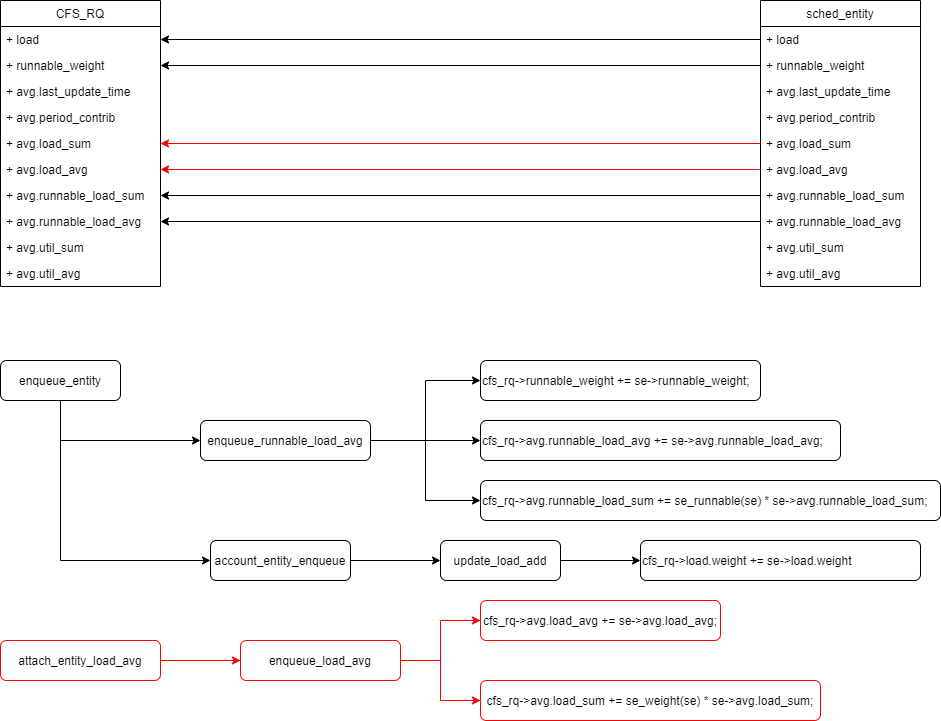
craftsfish/kernelhacking keeps this draw.io diagram as scheduler/load.png. Above is the earlier version. Source tidied: cells renumbered, new cells last; positions are measured from the earlier drawing's top-left corner, leaving out a move shared by most shapes. Source of this version:
```xml
<mxGraphModel>
  <root>
    <mxCell id="0" />
    <mxCell id="1" parent="0" />
    <mxCell id="2" style="edgeStyle=orthogonalEdgeStyle;rounded=0;jettySize=auto;html=1;exitX=0;exitY=0.5;exitDx=0;exitDy=0;fontSize=12;" parent="1" edge="1" source="22" target="33">
      <mxGeometry relative="1" as="geometry" />
    </mxCell>
    <mxCell id="3" style="edgeStyle=orthogonalEdgeStyle;rounded=0;jettySize=auto;html=1;exitX=0;exitY=0.5;exitDx=0;exitDy=0;entryX=1;entryY=0.5;entryDx=0;entryDy=0;fontSize=12;" parent="1" edge="1" source="28" target="39">
      <mxGeometry relative="1" as="geometry" />
    </mxCell>
    <mxCell id="4" style="edgeStyle=orthogonalEdgeStyle;rounded=0;jettySize=auto;html=1;exitX=0;exitY=0.5;exitDx=0;exitDy=0;fontSize=12;" parent="1" edge="1" source="27" target="38">
      <mxGeometry relative="1" as="geometry" />
    </mxCell>
    <mxCell id="5" style="edgeStyle=orthogonalEdgeStyle;rounded=0;jettySize=auto;html=1;exitX=0;exitY=0.5;exitDx=0;exitDy=0;fontSize=12;" parent="1" edge="1" source="21" target="32">
      <mxGeometry relative="1" as="geometry" />
    </mxCell>
    <mxCell id="6" style="edgeStyle=orthogonalEdgeStyle;rounded=0;jettySize=auto;html=1;exitX=0.5;exitY=1;exitDx=0;exitDy=0;entryX=0;entryY=0.5;entryDx=0;entryDy=0;fontSize=12;" parent="1" edge="1" source="8" target="12">
      <mxGeometry relative="1" as="geometry" />
    </mxCell>
    <mxCell id="7" style="edgeStyle=orthogonalEdgeStyle;rounded=0;jettySize=auto;html=1;exitX=0.5;exitY=1;exitDx=0;exitDy=0;entryX=0;entryY=0.5;entryDx=0;entryDy=0;fontSize=12;" parent="1" edge="1" source="8" target="14">
      <mxGeometry relative="1" as="geometry" />
    </mxCell>
    <mxCell id="8" value="enqueue_entity" style="rounded=1;whiteSpace=wrap;html=1;fontSize=12;" parent="1" vertex="1">
      <mxGeometry y="360" width="120" height="40" as="geometry" />
    </mxCell>
    <mxCell id="9" style="edgeStyle=orthogonalEdgeStyle;rounded=0;jettySize=auto;html=1;exitX=1;exitY=0.5;exitDx=0;exitDy=0;entryX=0;entryY=0.5;entryDx=0;entryDy=0;fontSize=12;" parent="1" edge="1" source="12" target="17">
      <mxGeometry relative="1" as="geometry" />
    </mxCell>
    <mxCell id="10" style="edgeStyle=orthogonalEdgeStyle;rounded=0;jettySize=auto;html=1;exitX=1;exitY=0.5;exitDx=0;exitDy=0;entryX=0;entryY=0.5;entryDx=0;entryDy=0;fontSize=12;" parent="1" edge="1" source="12" target="18">
      <mxGeometry relative="1" as="geometry" />
    </mxCell>
    <mxCell id="11" style="edgeStyle=orthogonalEdgeStyle;rounded=0;jettySize=auto;html=1;exitX=1;exitY=0.5;exitDx=0;exitDy=0;entryX=0;entryY=0.5;entryDx=0;entryDy=0;fontSize=12;" parent="1" edge="1" source="12" target="19">
      <mxGeometry relative="1" as="geometry" />
    </mxCell>
    <mxCell id="12" value="enqueue_runnable_load_avg" style="rounded=1;whiteSpace=wrap;html=1;fontSize=12;" parent="1" vertex="1">
      <mxGeometry x="200" y="420" width="170" height="40" as="geometry" />
    </mxCell>
    <mxCell id="13" style="edgeStyle=orthogonalEdgeStyle;rounded=0;jettySize=auto;html=1;exitX=1;exitY=0.5;exitDx=0;exitDy=0;entryX=0;entryY=0.5;entryDx=0;entryDy=0;fontSize=12;" parent="1" edge="1" source="14" target="16">
      <mxGeometry relative="1" as="geometry" />
    </mxCell>
    <mxCell id="14" value="account_entity_enqueue" style="rounded=1;whiteSpace=wrap;html=1;fontSize=12;" parent="1" vertex="1">
      <mxGeometry x="210" y="540" width="140" height="40" as="geometry" />
    </mxCell>
    <mxCell id="15" style="edgeStyle=orthogonalEdgeStyle;rounded=0;jettySize=auto;html=1;exitX=1;exitY=0.5;exitDx=0;exitDy=0;entryX=0;entryY=0.5;entryDx=0;entryDy=0;fontSize=12;" parent="1" edge="1" source="16" target="42">
      <mxGeometry relative="1" as="geometry" />
    </mxCell>
    <mxCell id="16" value="update_load_add" style="rounded=1;whiteSpace=wrap;html=1;fontSize=12;" parent="1" vertex="1">
      <mxGeometry x="440" y="540" width="120" height="40" as="geometry" />
    </mxCell>
    <mxCell id="17" value="cfs_rq-&amp;gt;runnable_weight += se-&amp;gt;runnable_weight;" style="rounded=1;whiteSpace=wrap;html=1;fontSize=12;align=left;" parent="1" vertex="1">
      <mxGeometry x="480" y="360" width="280" height="40" as="geometry" />
    </mxCell>
    <mxCell id="18" value="cfs_rq-&amp;gt;avg.runnable_load_avg += se-&amp;gt;avg.runnable_load_avg;" style="rounded=1;whiteSpace=wrap;html=1;fontSize=12;align=left;" parent="1" vertex="1">
      <mxGeometry x="480" y="420" width="360" height="40" as="geometry" />
    </mxCell>
    <mxCell id="19" value="cfs_rq-&amp;gt;avg.runnable_load_sum += se_runnable(se) * se-&amp;gt;avg.runnable_load_sum;" style="rounded=1;whiteSpace=wrap;html=1;fontSize=12;align=left;" parent="1" vertex="1">
      <mxGeometry x="480" y="480" width="460" height="40" as="geometry" />
    </mxCell>
    <mxCell id="20" value="sched_entity" style="swimlane;fontStyle=0;horizontal=1;startSize=26;fillColor=none;fontSize=12;" parent="1" vertex="1">
      <mxGeometry x="760" width="160" height="286" as="geometry" />
    </mxCell>
    <mxCell id="21" value="+ load" style="text;strokeColor=none;fillColor=none;align=left;verticalAlign=top;spacingLeft=4;spacingRight=4;overflow=hidden;points=[[0,0.5],[1,0.5]];portConstraint=eastwest;fontSize=12;" parent="20" vertex="1">
      <mxGeometry y="26" width="160" height="26" as="geometry" />
    </mxCell>
    <mxCell id="22" value="+ runnable_weight" style="text;strokeColor=none;fillColor=none;align=left;verticalAlign=top;spacingLeft=4;spacingRight=4;overflow=hidden;points=[[0,0.5],[1,0.5]];portConstraint=eastwest;" parent="20" vertex="1">
      <mxGeometry y="52" width="160" height="26" as="geometry" />
    </mxCell>
    <mxCell id="23" value="+ avg.last_update_time" style="text;strokeColor=none;fillColor=none;align=left;verticalAlign=top;spacingLeft=4;spacingRight=4;overflow=hidden;" parent="20" vertex="1">
      <mxGeometry y="78" width="160" height="26" as="geometry" />
    </mxCell>
    <mxCell id="24" value="+ avg.period_contrib" style="text;strokeColor=none;fillColor=none;align=left;verticalAlign=top;spacingLeft=4;spacingRight=4;overflow=hidden;" parent="20" vertex="1">
      <mxGeometry y="104" width="160" height="26" as="geometry" />
    </mxCell>
    <mxCell id="25" value="+ avg.load_sum" style="text;strokeColor=none;fillColor=none;align=left;verticalAlign=top;spacingLeft=4;spacingRight=4;overflow=hidden;points=[[0,0.5],[1,0.5]];portConstraint=eastwest;" parent="20" vertex="1">
      <mxGeometry y="130" width="160" height="26" as="geometry" />
    </mxCell>
    <mxCell id="26" value="+ avg.load_avg" style="text;strokeColor=none;fillColor=none;align=left;verticalAlign=top;spacingLeft=4;spacingRight=4;overflow=hidden;points=[[0,0.5],[1,0.5]];portConstraint=eastwest;" parent="20" vertex="1">
      <mxGeometry y="156" width="160" height="26" as="geometry" />
    </mxCell>
    <mxCell id="27" value="+ avg.runnable_load_sum" style="text;strokeColor=none;fillColor=none;align=left;verticalAlign=top;spacingLeft=4;spacingRight=4;overflow=hidden;points=[[0,0.5],[1,0.5]];portConstraint=eastwest;" parent="20" vertex="1">
      <mxGeometry y="182" width="160" height="26" as="geometry" />
    </mxCell>
    <mxCell id="28" value="+ avg.runnable_load_avg" style="text;strokeColor=none;fillColor=none;align=left;verticalAlign=top;spacingLeft=4;spacingRight=4;overflow=hidden;points=[[0,0.5],[1,0.5]];portConstraint=eastwest;" parent="20" vertex="1">
      <mxGeometry y="208" width="160" height="26" as="geometry" />
    </mxCell>
    <mxCell id="29" value="+ avg.util_sum" style="text;strokeColor=none;fillColor=none;align=left;verticalAlign=top;spacingLeft=4;spacingRight=4;overflow=hidden;points=[[0,0.5],[1,0.5]];portConstraint=eastwest;" parent="20" vertex="1">
      <mxGeometry y="234" width="160" height="26" as="geometry" />
    </mxCell>
    <mxCell id="30" value="+ avg.util_avg" style="text;strokeColor=none;fillColor=none;align=left;verticalAlign=top;spacingLeft=4;spacingRight=4;overflow=hidden;points=[[0,0.5],[1,0.5]];portConstraint=eastwest;" parent="20" vertex="1">
      <mxGeometry y="260" width="160" height="26" as="geometry" />
    </mxCell>
    <mxCell id="31" value="CFS_RQ" style="swimlane;fontStyle=0;horizontal=1;startSize=26;fillColor=none;" parent="1" vertex="1">
      <mxGeometry width="160" height="286" as="geometry" />
    </mxCell>
    <mxCell id="32" value="+ load" style="text;strokeColor=none;fillColor=none;align=left;verticalAlign=top;spacingLeft=4;spacingRight=4;overflow=hidden;points=[[0,0.5],[1,0.5]];portConstraint=eastwest;" parent="31" vertex="1">
      <mxGeometry y="26" width="160" height="26" as="geometry" />
    </mxCell>
    <mxCell id="33" value="+ runnable_weight" style="text;strokeColor=none;fillColor=none;align=left;verticalAlign=top;spacingLeft=4;spacingRight=4;overflow=hidden;points=[[0,0.5],[1,0.5]];portConstraint=eastwest;" parent="31" vertex="1">
      <mxGeometry y="52" width="160" height="26" as="geometry" />
    </mxCell>
    <mxCell id="34" value="+ avg.last_update_time" style="text;strokeColor=none;fillColor=none;align=left;verticalAlign=top;spacingLeft=4;spacingRight=4;overflow=hidden;" parent="31" vertex="1">
      <mxGeometry y="78" width="160" height="26" as="geometry" />
    </mxCell>
    <mxCell id="35" value="+ avg.period_contrib" style="text;strokeColor=none;fillColor=none;align=left;verticalAlign=top;spacingLeft=4;spacingRight=4;overflow=hidden;" parent="31" vertex="1">
      <mxGeometry y="104" width="160" height="26" as="geometry" />
    </mxCell>
    <mxCell id="36" value="+ avg.load_sum" style="text;strokeColor=none;fillColor=none;align=left;verticalAlign=top;spacingLeft=4;spacingRight=4;overflow=hidden;points=[[0,0.5],[1,0.5]];portConstraint=eastwest;" parent="31" vertex="1">
      <mxGeometry y="130" width="160" height="26" as="geometry" />
    </mxCell>
    <mxCell id="37" value="+ avg.load_avg" style="text;strokeColor=none;fillColor=none;align=left;verticalAlign=top;spacingLeft=4;spacingRight=4;overflow=hidden;points=[[0,0.5],[1,0.5]];portConstraint=eastwest;" parent="31" vertex="1">
      <mxGeometry y="156" width="160" height="26" as="geometry" />
    </mxCell>
    <mxCell id="38" value="+ avg.runnable_load_sum" style="text;strokeColor=none;fillColor=none;align=left;verticalAlign=top;spacingLeft=4;spacingRight=4;overflow=hidden;points=[[0,0.5],[1,0.5]];portConstraint=eastwest;" parent="31" vertex="1">
      <mxGeometry y="182" width="160" height="26" as="geometry" />
    </mxCell>
    <mxCell id="39" value="+ avg.runnable_load_avg" style="text;strokeColor=none;fillColor=none;align=left;verticalAlign=top;spacingLeft=4;spacingRight=4;overflow=hidden;points=[[0,0.5],[1,0.5]];portConstraint=eastwest;" parent="31" vertex="1">
      <mxGeometry y="208" width="160" height="26" as="geometry" />
    </mxCell>
    <mxCell id="40" value="+ avg.util_sum" style="text;strokeColor=none;fillColor=none;align=left;verticalAlign=top;spacingLeft=4;spacingRight=4;overflow=hidden;points=[[0,0.5],[1,0.5]];portConstraint=eastwest;" parent="31" vertex="1">
      <mxGeometry y="234" width="160" height="26" as="geometry" />
    </mxCell>
    <mxCell id="41" value="+ avg.util_avg" style="text;strokeColor=none;fillColor=none;align=left;verticalAlign=top;spacingLeft=4;spacingRight=4;overflow=hidden;points=[[0,0.5],[1,0.5]];portConstraint=eastwest;" parent="31" vertex="1">
      <mxGeometry y="260" width="160" height="26" as="geometry" />
    </mxCell>
    <mxCell id="42" value="cfs_rq-&amp;gt;load.weight +=&amp;nbsp;se-&amp;gt;load.weight" style="rounded=1;whiteSpace=wrap;html=1;fontSize=12;align=left;" parent="1" vertex="1">
      <mxGeometry x="640" y="540" width="280" height="40" as="geometry" />
    </mxCell>
    <mxCell id="43" style="edgeStyle=orthogonalEdgeStyle;rounded=0;jettySize=auto;html=1;exitX=1;exitY=0.5;exitDx=0;exitDy=0;entryX=0;entryY=0.5;entryDx=0;entryDy=0;fontSize=12;strokeColor=#FF0000;" parent="1" edge="1" source="44" target="47">
      <mxGeometry relative="1" as="geometry" />
    </mxCell>
    <mxCell id="44" value="attach_entity_load_avg" style="rounded=1;whiteSpace=wrap;html=1;fontSize=12;strokeColor=#FF0000;" parent="1" vertex="1">
      <mxGeometry y="640" width="160" height="40" as="geometry" />
    </mxCell>
    <mxCell id="45" style="edgeStyle=orthogonalEdgeStyle;rounded=0;jettySize=auto;html=1;exitX=1;exitY=0.5;exitDx=0;exitDy=0;entryX=0;entryY=0.5;entryDx=0;entryDy=0;fontSize=12;strokeColor=#FF0000;" parent="1" edge="1" source="47" target="49">
      <mxGeometry relative="1" as="geometry" />
    </mxCell>
    <mxCell id="46" style="edgeStyle=orthogonalEdgeStyle;rounded=0;jettySize=auto;html=1;exitX=1;exitY=0.5;exitDx=0;exitDy=0;entryX=0;entryY=0.5;entryDx=0;entryDy=0;fontSize=12;strokeColor=#FF0000;" parent="1" edge="1" source="47" target="48">
      <mxGeometry relative="1" as="geometry" />
    </mxCell>
    <mxCell id="47" value="enqueue_load_avg" style="rounded=1;whiteSpace=wrap;html=1;fontSize=12;strokeColor=#FF0000;" parent="1" vertex="1">
      <mxGeometry x="240" y="640" width="160" height="40" as="geometry" />
    </mxCell>
    <mxCell id="48" value="cfs_rq-&gt;avg.load_sum += se_weight(se) * se-&gt;avg.load_sum;" style="rounded=1;whiteSpace=wrap;html=1;fontSize=12;strokeColor=#FF0000;" parent="1" vertex="1">
      <mxGeometry x="480" y="680" width="340" height="40" as="geometry" />
    </mxCell>
    <mxCell id="49" value="cfs_rq-&gt;avg.load_avg += se-&gt;avg.load_avg;" style="rounded=1;whiteSpace=wrap;html=1;fontSize=12;strokeColor=#FF0000;" parent="1" vertex="1">
      <mxGeometry x="480" y="600" width="240" height="40" as="geometry" />
    </mxCell>
    <mxCell id="50" style="edgeStyle=orthogonalEdgeStyle;rounded=0;jettySize=auto;html=1;exitX=0;exitY=0.5;exitDx=0;exitDy=0;entryX=1;entryY=0.5;entryDx=0;entryDy=0;strokeColor=#FF0000;fontSize=12;" parent="1" edge="1" source="26" target="37">
      <mxGeometry relative="1" as="geometry" />
    </mxCell>
    <mxCell id="51" style="edgeStyle=orthogonalEdgeStyle;rounded=0;jettySize=auto;html=1;exitX=0;exitY=0.5;exitDx=0;exitDy=0;strokeColor=#FF0000;fontSize=12;" parent="1" edge="1" source="25" target="36">
      <mxGeometry relative="1" as="geometry" />
    </mxCell>
  </root>
</mxGraphModel>
```
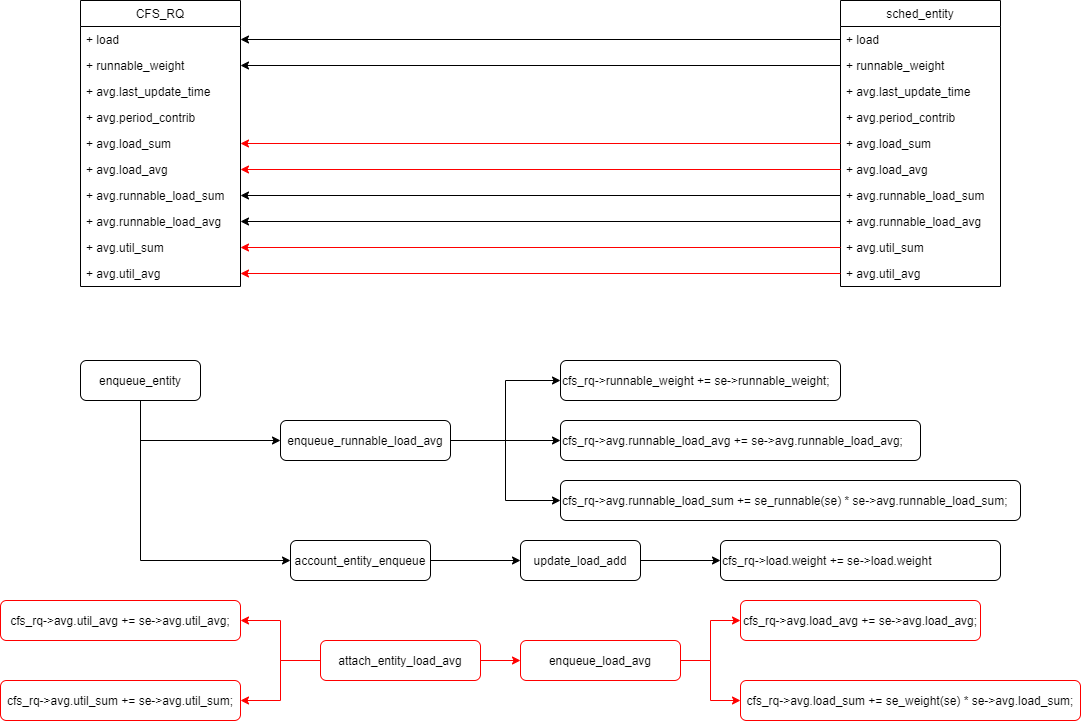
After the commit.

The edit, as a diff of the source:
```diff
@@ -128,8 +128,14 @@
     <mxCell id="43" style="edgeStyle=orthogonalEdgeStyle;rounded=0;jettySize=auto;html=1;exitX=1;exitY=0.5;exitDx=0;exitDy=0;entryX=0;entryY=0.5;entryDx=0;entryDy=0;fontSize=12;strokeColor=#FF0000;" parent="1" edge="1" source="44" target="47">
       <mxGeometry relative="1" as="geometry" />
     </mxCell>
+    <mxCell id="52" style="edgeStyle=orthogonalEdgeStyle;rounded=0;jettySize=auto;html=1;exitX=0;exitY=0.5;exitDx=0;exitDy=0;entryX=1;entryY=0.5;entryDx=0;entryDy=0;strokeColor=#FF0000;" parent="1" edge="1" source="44" target="56">
+      <mxGeometry relative="1" as="geometry" />
+    </mxCell>
+    <mxCell id="53" style="edgeStyle=orthogonalEdgeStyle;rounded=0;jettySize=auto;html=1;exitX=0;exitY=0.5;exitDx=0;exitDy=0;entryX=1;entryY=0.5;entryDx=0;entryDy=0;strokeColor=#FF0000;" parent="1" edge="1" source="44" target="57">
+      <mxGeometry relative="1" as="geometry" />
+    </mxCell>
     <mxCell id="44" value="attach_entity_load_avg" style="rounded=1;whiteSpace=wrap;html=1;fontSize=12;strokeColor=#FF0000;" parent="1" vertex="1">
-      <mxGeometry y="640" width="160" height="40" as="geometry" />
+      <mxGeometry x="240" y="640" width="160" height="40" as="geometry" />
     </mxCell>
     <mxCell id="45" style="edgeStyle=orthogonalEdgeStyle;rounded=0;jettySize=auto;html=1;exitX=1;exitY=0.5;exitDx=0;exitDy=0;entryX=0;entryY=0.5;entryDx=0;entryDy=0;fontSize=12;strokeColor=#FF0000;" parent="1" edge="1" source="47" target="49">
       <mxGeometry relative="1" as="geometry" />
@@ -138,13 +144,13 @@
       <mxGeometry relative="1" as="geometry" />
     </mxCell>
     <mxCell id="47" value="enqueue_load_avg" style="rounded=1;whiteSpace=wrap;html=1;fontSize=12;strokeColor=#FF0000;" parent="1" vertex="1">
-      <mxGeometry x="240" y="640" width="160" height="40" as="geometry" />
+      <mxGeometry x="440" y="640" width="160" height="40" as="geometry" />
     </mxCell>
     <mxCell id="48" value="cfs_rq-&gt;avg.load_sum += se_weight(se) * se-&gt;avg.load_sum;" style="rounded=1;whiteSpace=wrap;html=1;fontSize=12;strokeColor=#FF0000;" parent="1" vertex="1">
-      <mxGeometry x="480" y="680" width="340" height="40" as="geometry" />
+      <mxGeometry x="660" y="680" width="340" height="40" as="geometry" />
     </mxCell>
     <mxCell id="49" value="cfs_rq-&gt;avg.load_avg += se-&gt;avg.load_avg;" style="rounded=1;whiteSpace=wrap;html=1;fontSize=12;strokeColor=#FF0000;" parent="1" vertex="1">
-      <mxGeometry x="480" y="600" width="240" height="40" as="geometry" />
+      <mxGeometry x="660" y="600" width="240" height="40" as="geometry" />
     </mxCell>
     <mxCell id="50" style="edgeStyle=orthogonalEdgeStyle;rounded=0;jettySize=auto;html=1;exitX=0;exitY=0.5;exitDx=0;exitDy=0;entryX=1;entryY=0.5;entryDx=0;entryDy=0;strokeColor=#FF0000;fontSize=12;" parent="1" edge="1" source="26" target="37">
       <mxGeometry relative="1" as="geometry" />
@@ -152,5 +158,17 @@
     <mxCell id="51" style="edgeStyle=orthogonalEdgeStyle;rounded=0;jettySize=auto;html=1;exitX=0;exitY=0.5;exitDx=0;exitDy=0;strokeColor=#FF0000;fontSize=12;" parent="1" edge="1" source="25" target="36">
       <mxGeometry relative="1" as="geometry" />
     </mxCell>
+    <mxCell id="54" style="edgeStyle=orthogonalEdgeStyle;rounded=0;jettySize=auto;html=1;fillColor=#f8cecc;strokeColor=#FF0000;" parent="1" edge="1" source="29" target="40">
+      <mxGeometry relative="1" as="geometry" />
+    </mxCell>
+    <mxCell id="55" style="edgeStyle=orthogonalEdgeStyle;rounded=0;jettySize=auto;html=1;strokeColor=#FF0000;" parent="1" edge="1" source="30" target="41">
+      <mxGeometry relative="1" as="geometry" />
+    </mxCell>
+    <mxCell id="56" value="cfs_rq-&amp;gt;avg.util_avg += se-&amp;gt;avg.util_avg;" style="rounded=1;whiteSpace=wrap;html=1;fontSize=12;strokeColor=#FF0000;" parent="1" vertex="1">
+      <mxGeometry x="-80" y="600" width="240" height="40" as="geometry" />
+    </mxCell>
+    <mxCell id="57" value="cfs_rq-&gt;avg.util_sum += se-&gt;avg.util_sum;" style="rounded=1;whiteSpace=wrap;html=1;fontSize=12;strokeColor=#FF0000;" parent="1" vertex="1">
+      <mxGeometry x="-80" y="680" width="240" height="40" as="geometry" />
+    </mxCell>
   </root>
 </mxGraphModel>
```
